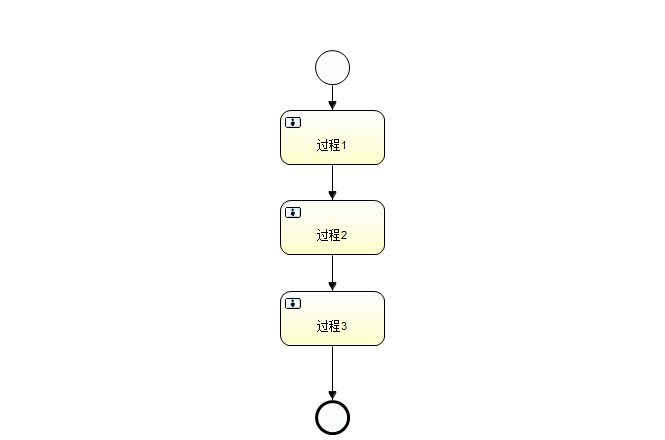
heweiming89/freedom keeps this BPMN diagram as freedom-test/src/main/resources/helloworld.png. Above is the earlier version. Its source is kept beside it as freedom-test/src/main/resources/helloworld.bpmn. Ids are renumbered. Its diagram source:
```xml
<definitions xmlns="http://www.omg.org/spec/BPMN/20100524/MODEL" xmlns:xsi="http://www.w3.org/2001/XMLSchema-instance" xmlns:xsd="http://www.w3.org/2001/XMLSchema" xmlns:activiti="http://activiti.org/bpmn" xmlns:bpmndi="http://www.omg.org/spec/BPMN/20100524/DI" xmlns:omgdc="http://www.omg.org/spec/DD/20100524/DC" xmlns:omgdi="http://www.omg.org/spec/DD/20100524/DI" typeLanguage="http://www.w3.org/2001/XMLSchema" expressionLanguage="http://www.w3.org/1999/XPath" targetNamespace="http://www.activiti.org/test">
  <process id="myProcess" name="My process" isExecutable="true">
    <startEvent id="startevent1" name="Start"></startEvent>
    <endEvent id="endevent1" name="End"></endEvent>
    <userTask id="usertask1" name="过程1" activiti:assignee="张三"></userTask>
    <userTask id="usertask2" name="过程2" activiti:assignee="李四"></userTask>
    <userTask id="usertask3" name="过程3" activiti:assignee="王五"></userTask>
    <sequenceFlow id="flow1" sourceRef="startevent1" targetRef="usertask1"></sequenceFlow>
    <sequenceFlow id="flow2" sourceRef="usertask1" targetRef="usertask2"></sequenceFlow>
    <sequenceFlow id="flow3" sourceRef="usertask2" targetRef="usertask3"></sequenceFlow>
    <sequenceFlow id="flow4" sourceRef="usertask3" targetRef="endevent1"></sequenceFlow>
  </process>
  <bpmndi:BPMNDiagram id="BPMNDiagram_myProcess">
    <bpmndi:BPMNPlane bpmnElement="myProcess" id="BPMNPlane_myProcess">
      <bpmndi:BPMNShape bpmnElement="startevent1" id="BPMNShape_startevent1">
        <omgdc:Bounds height="35.0" width="35.0" x="315.0" y="50.0"></omgdc:Bounds>
      </bpmndi:BPMNShape>
      <bpmndi:BPMNShape bpmnElement="endevent1" id="BPMNShape_endevent1">
        <omgdc:Bounds height="35.0" width="35.0" x="315.0" y="400.0"></omgdc:Bounds>
      </bpmndi:BPMNShape>
      <bpmndi:BPMNShape bpmnElement="usertask1" id="BPMNShape_usertask1">
        <omgdc:Bounds height="55.0" width="105.0" x="280.0" y="110.0"></omgdc:Bounds>
      </bpmndi:BPMNShape>
      <bpmndi:BPMNShape bpmnElement="usertask2" id="BPMNShape_usertask2">
        <omgdc:Bounds height="55.0" width="105.0" x="280.0" y="200.0"></omgdc:Bounds>
      </bpmndi:BPMNShape>
      <bpmndi:BPMNShape bpmnElement="usertask3" id="BPMNShape_usertask3">
        <omgdc:Bounds height="55.0" width="105.0" x="280.0" y="291.0"></omgdc:Bounds>
      </bpmndi:BPMNShape>
      <bpmndi:BPMNEdge bpmnElement="flow1" id="BPMNEdge_flow1">
        <omgdi:waypoint x="332.0" y="85.0"></omgdi:waypoint>
        <omgdi:waypoint x="332.0" y="110.0"></omgdi:waypoint>
      </bpmndi:BPMNEdge>
      <bpmndi:BPMNEdge bpmnElement="flow2" id="BPMNEdge_flow2">
        <omgdi:waypoint x="332.0" y="165.0"></omgdi:waypoint>
        <omgdi:waypoint x="332.0" y="200.0"></omgdi:waypoint>
      </bpmndi:BPMNEdge>
      <bpmndi:BPMNEdge bpmnElement="flow3" id="BPMNEdge_flow3">
        <omgdi:waypoint x="332.0" y="255.0"></omgdi:waypoint>
        <omgdi:waypoint x="332.0" y="291.0"></omgdi:waypoint>
      </bpmndi:BPMNEdge>
      <bpmndi:BPMNEdge bpmnElement="flow4" id="BPMNEdge_flow4">
        <omgdi:waypoint x="332.0" y="346.0"></omgdi:waypoint>
        <omgdi:waypoint x="332.0" y="400.0"></omgdi:waypoint>
      </bpmndi:BPMNEdge>
    </bpmndi:BPMNPlane>
  </bpmndi:BPMNDiagram>
</definitions>
```
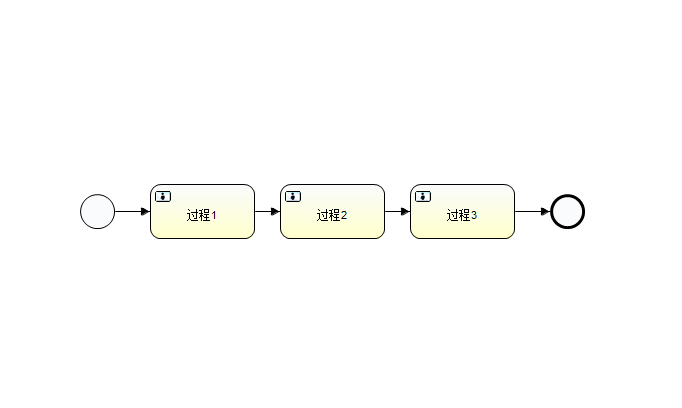
The same file after the commit.

Change to the diagram source:
```diff
@@ -1,47 +1,47 @@
 <definitions xmlns="http://www.omg.org/spec/BPMN/20100524/MODEL" xmlns:xsi="http://www.w3.org/2001/XMLSchema-instance" xmlns:xsd="http://www.w3.org/2001/XMLSchema" xmlns:activiti="http://activiti.org/bpmn" xmlns:bpmndi="http://www.omg.org/spec/BPMN/20100524/DI" xmlns:omgdc="http://www.omg.org/spec/DD/20100524/DC" xmlns:omgdi="http://www.omg.org/spec/DD/20100524/DI" typeLanguage="http://www.w3.org/2001/XMLSchema" expressionLanguage="http://www.w3.org/1999/XPath" targetNamespace="http://www.activiti.org/test">
   <process id="myProcess" name="My process" isExecutable="true">
-    <startEvent id="startevent1" name="Start"></startEvent>
     <endEvent id="endevent1" name="End"></endEvent>
     <userTask id="usertask1" name="过程1" activiti:assignee="张三"></userTask>
     <userTask id="usertask2" name="过程2" activiti:assignee="李四"></userTask>
     <userTask id="usertask3" name="过程3" activiti:assignee="王五"></userTask>
-    <sequenceFlow id="flow1" sourceRef="startevent1" targetRef="usertask1"></sequenceFlow>
     <sequenceFlow id="flow2" sourceRef="usertask1" targetRef="usertask2"></sequenceFlow>
     <sequenceFlow id="flow3" sourceRef="usertask2" targetRef="usertask3"></sequenceFlow>
     <sequenceFlow id="flow4" sourceRef="usertask3" targetRef="endevent1"></sequenceFlow>
+    <startEvent id="startevent1" name="Start"></startEvent>
+    <sequenceFlow id="flow5" sourceRef="startevent1" targetRef="usertask1"></sequenceFlow>
   </process>
   <bpmndi:BPMNDiagram id="BPMNDiagram_myProcess">
     <bpmndi:BPMNPlane bpmnElement="myProcess" id="BPMNPlane_myProcess">
-      <bpmndi:BPMNShape bpmnElement="startevent1" id="BPMNShape_startevent1">
-        <omgdc:Bounds height="35.0" width="35.0" x="315.0" y="50.0"></omgdc:Bounds>
-      </bpmndi:BPMNShape>
       <bpmndi:BPMNShape bpmnElement="endevent1" id="BPMNShape_endevent1">
-        <omgdc:Bounds height="35.0" width="35.0" x="315.0" y="400.0"></omgdc:Bounds>
+        <omgdc:Bounds height="35.0" width="35.0" x="550.0" y="194.0"></omgdc:Bounds>
       </bpmndi:BPMNShape>
       <bpmndi:BPMNShape bpmnElement="usertask1" id="BPMNShape_usertask1">
-        <omgdc:Bounds height="55.0" width="105.0" x="280.0" y="110.0"></omgdc:Bounds>
+        <omgdc:Bounds height="55.0" width="105.0" x="150.0" y="184.0"></omgdc:Bounds>
       </bpmndi:BPMNShape>
       <bpmndi:BPMNShape bpmnElement="usertask2" id="BPMNShape_usertask2">
-        <omgdc:Bounds height="55.0" width="105.0" x="280.0" y="200.0"></omgdc:Bounds>
+        <omgdc:Bounds height="55.0" width="105.0" x="280.0" y="184.0"></omgdc:Bounds>
       </bpmndi:BPMNShape>
       <bpmndi:BPMNShape bpmnElement="usertask3" id="BPMNShape_usertask3">
-        <omgdc:Bounds height="55.0" width="105.0" x="280.0" y="291.0"></omgdc:Bounds>
+        <omgdc:Bounds height="55.0" width="105.0" x="410.0" y="184.0"></omgdc:Bounds>
       </bpmndi:BPMNShape>
-      <bpmndi:BPMNEdge bpmnElement="flow1" id="BPMNEdge_flow1">
-        <omgdi:waypoint x="332.0" y="85.0"></omgdi:waypoint>
-        <omgdi:waypoint x="332.0" y="110.0"></omgdi:waypoint>
-      </bpmndi:BPMNEdge>
+      <bpmndi:BPMNShape bpmnElement="startevent1" id="BPMNShape_startevent1">
+        <omgdc:Bounds height="35.0" width="35.0" x="80.0" y="194.0"></omgdc:Bounds>
+      </bpmndi:BPMNShape>
       <bpmndi:BPMNEdge bpmnElement="flow2" id="BPMNEdge_flow2">
-        <omgdi:waypoint x="332.0" y="165.0"></omgdi:waypoint>
-        <omgdi:waypoint x="332.0" y="200.0"></omgdi:waypoint>
+        <omgdi:waypoint x="255.0" y="211.0"></omgdi:waypoint>
+        <omgdi:waypoint x="280.0" y="211.0"></omgdi:waypoint>
       </bpmndi:BPMNEdge>
       <bpmndi:BPMNEdge bpmnElement="flow3" id="BPMNEdge_flow3">
-        <omgdi:waypoint x="332.0" y="255.0"></omgdi:waypoint>
-        <omgdi:waypoint x="332.0" y="291.0"></omgdi:waypoint>
+        <omgdi:waypoint x="385.0" y="211.0"></omgdi:waypoint>
+        <omgdi:waypoint x="410.0" y="211.0"></omgdi:waypoint>
       </bpmndi:BPMNEdge>
       <bpmndi:BPMNEdge bpmnElement="flow4" id="BPMNEdge_flow4">
-        <omgdi:waypoint x="332.0" y="346.0"></omgdi:waypoint>
-        <omgdi:waypoint x="332.0" y="400.0"></omgdi:waypoint>
+        <omgdi:waypoint x="515.0" y="211.0"></omgdi:waypoint>
+        <omgdi:waypoint x="550.0" y="211.0"></omgdi:waypoint>
+      </bpmndi:BPMNEdge>
+      <bpmndi:BPMNEdge bpmnElement="flow5" id="BPMNEdge_flow5">
+        <omgdi:waypoint x="115.0" y="211.0"></omgdi:waypoint>
+        <omgdi:waypoint x="150.0" y="211.0"></omgdi:waypoint>
       </bpmndi:BPMNEdge>
     </bpmndi:BPMNPlane>
   </bpmndi:BPMNDiagram>
```
